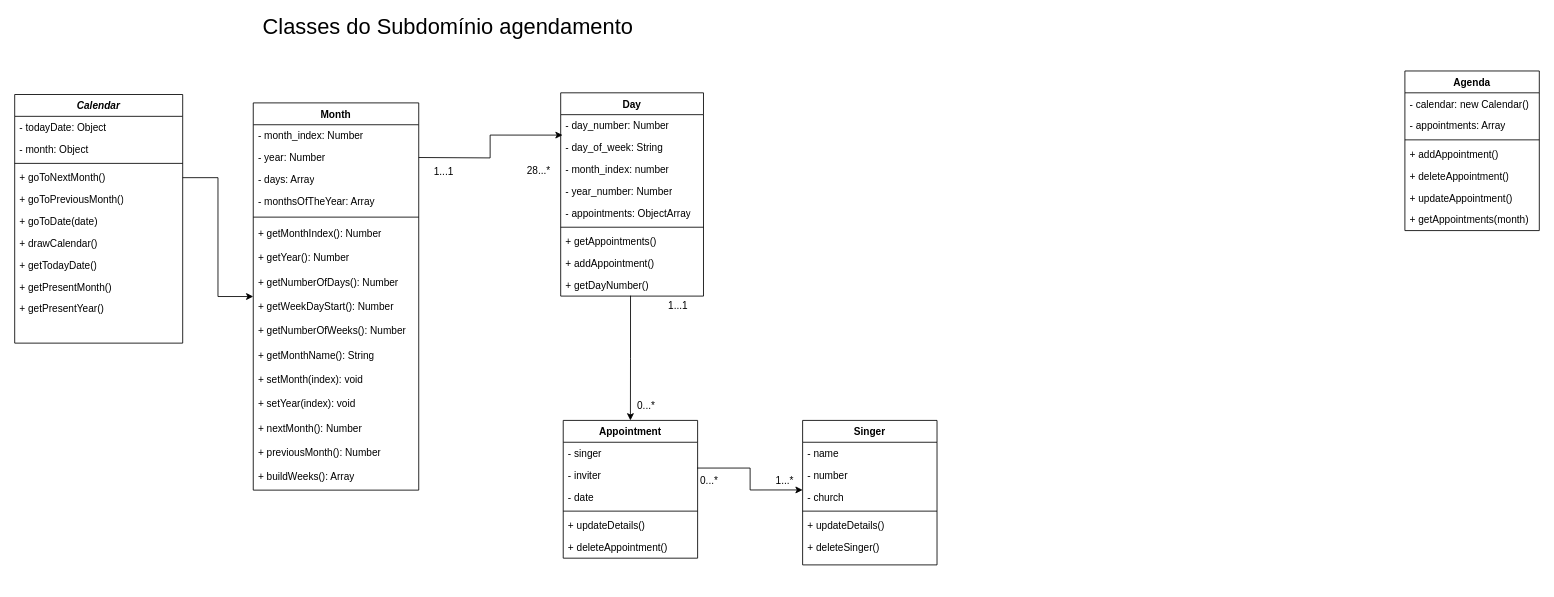
Earlier version of the draw.io diagram Diagram/ClassDiagram.drawio (Gabriel7ven/modeling_calendar). Source tidied: cells renumbered, new cells numbered last; positions are measured from the earlier drawing's top-left corner, leaving out a move shared by most shapes. Both pictures are drawn from the tidied source at 84%, with x=0, y=0 at pixel (14, 14).
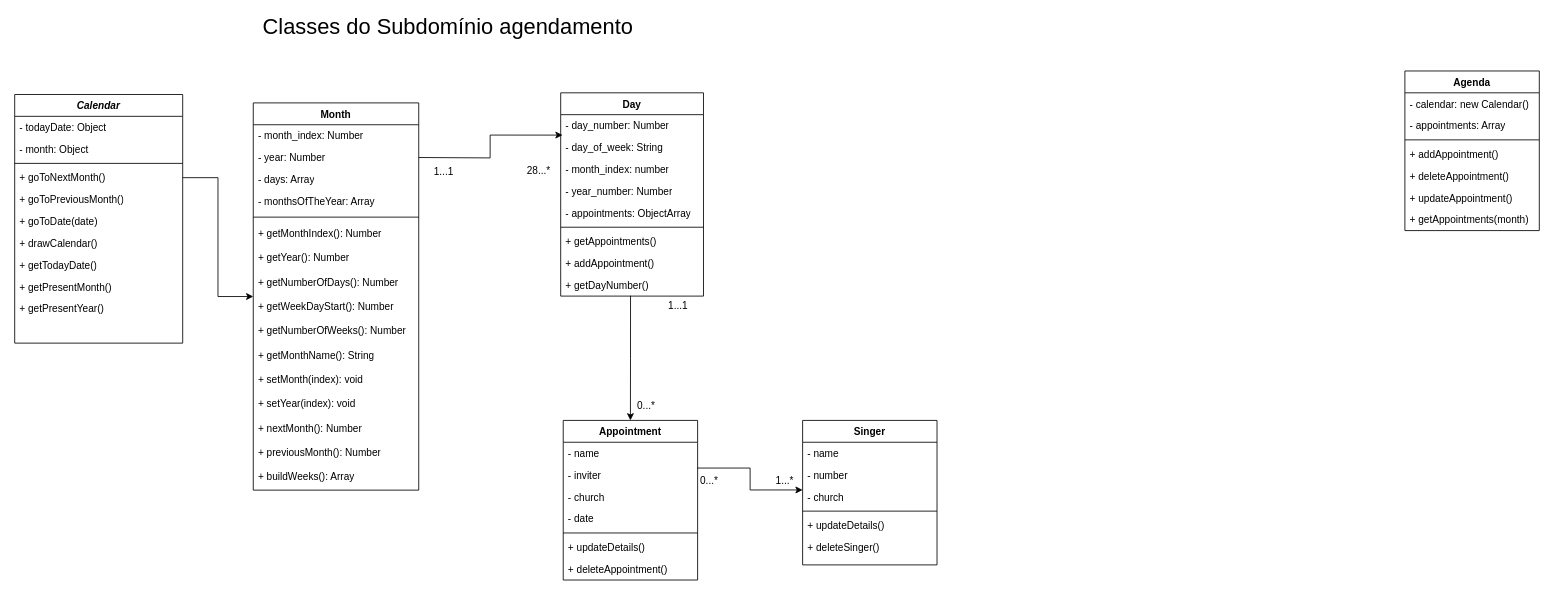
The same diagram, later.

Diff of the diagram source:
```diff
@@
     <mxCell id="33" value="Appointment" style="swimlane;fontStyle=1;align=center;verticalAlign=top;horizontal=1;startSize=26;rounded=0;shadow=0;strokeWidth=1;" parent="1" vertex="1">
-      <mxGeometry x="653" y="483" width="160" height="164" as="geometry" />
+      <mxGeometry x="653" y="483" width="160" height="190" as="geometry" />
     </mxCell>
-    <mxCell id="34" value="- singer" style="text;align=left;verticalAlign=top;spacingLeft=4;spacingRight=4;overflow=hidden;rounded=0;shadow=0;html=0;" parent="33" vertex="1">
+    <mxCell id="34" value="- name" style="text;align=left;verticalAlign=top;spacingLeft=4;spacingRight=4;overflow=hidden;rounded=0;shadow=0;html=0;" parent="33" vertex="1">
       <mxGeometry y="26" width="160" height="26" as="geometry" />
     </mxCell>
@@
+    <mxCell id="73" value="- church" style="text;align=left;verticalAlign=top;spacingLeft=4;spacingRight=4;overflow=hidden;rounded=0;shadow=0;html=0;" parent="33" vertex="1">
+      <mxGeometry y="78" width="160" height="26" as="geometry" />
+    </mxCell>
     <mxCell id="36" value="- date" style="text;align=left;verticalAlign=top;spacingLeft=4;spacingRight=4;overflow=hidden;" parent="33" vertex="1">
-      <mxGeometry y="78" width="160" height="26" as="geometry" />
+      <mxGeometry y="104" width="160" height="26" as="geometry" />
     </mxCell>
     <mxCell id="37" style="line;html=1;strokeWidth=1;align=left;verticalAlign=middle;spacingTop=-1;spacingLeft=3;spacingRight=3;labelPosition=right;" parent="33" vertex="1">
-      <mxGeometry y="104" width="160" height="8" as="geometry" />
+      <mxGeometry y="130" width="160" height="8" as="geometry" />
     </mxCell>
     <mxCell id="38" value="+ updateDetails()" style="text;align=left;verticalAlign=top;spacingLeft=4;spacingRight=4;overflow=hidden;" parent="33" vertex="1">
-      <mxGeometry y="112" width="160" height="26" as="geometry" />
+      <mxGeometry y="138" width="160" height="26" as="geometry" />
     </mxCell>
     <mxCell id="39" value="+ deleteAppointment()" style="text;align=left;verticalAlign=top;spacingLeft=4;spacingRight=4;overflow=hidden;" parent="33" vertex="1">
-      <mxGeometry y="138" width="160" height="26" as="geometry" />
+      <mxGeometry y="164" width="160" height="26" as="geometry" />
     </mxCell>
```
